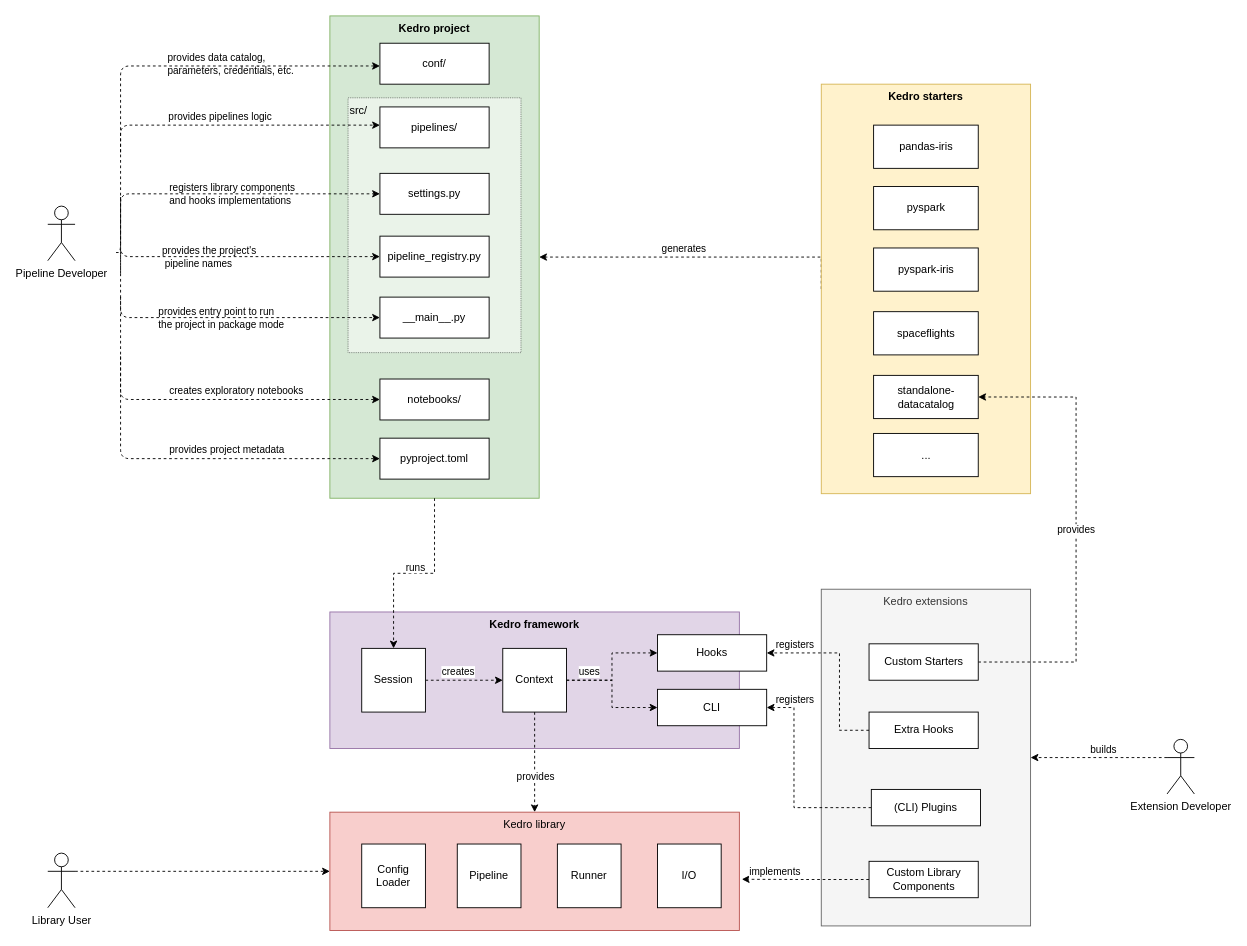
Before: docs/source/meta/images/KedroArchitecture.drawio in kedro-org/kedro, a draw.io diagram. Source tidied: cells renumbered, new cells numbered last; positions are measured from the earlier drawing's top-left corner, leaving out a move shared by most shapes. Both pictures are drawn from the tidied source at 91%, with x=0, y=0 at pixel (47, 15).
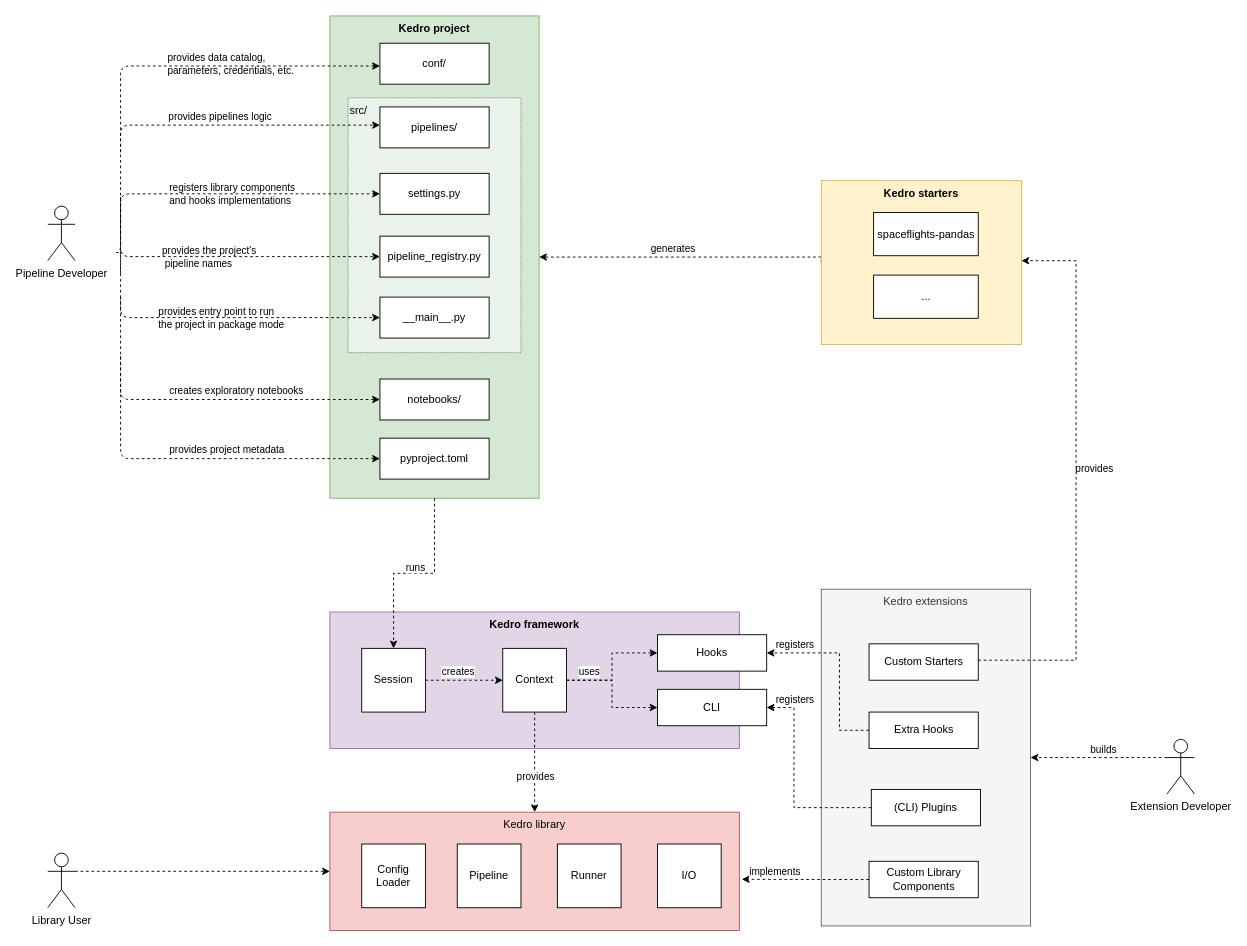
The same page after the edit.

Commit message (it also covers changes not shown here):
Remove deprecated starters from architecture diagram

The change refers to these unchanged cells:
```xml
<mxCell id="56" value="Custom Starters" style="rounded=0;whiteSpace=wrap;html=1;" parent="1" vertex="1">
  <mxGeometry x="902.5" y="690" width="120" height="40" as="geometry" />
</mxCell>
```

Change to the diagram source:
```diff
@@
     <mxCell id="11" value="&lt;b&gt;Kedro starters&lt;/b&gt;" style="rounded=0;whiteSpace=wrap;html=1;verticalAlign=top;fillColor=#fff2cc;strokeColor=#d6b656;" parent="1" vertex="1">
-      <mxGeometry x="850" y="75" width="230" height="450" as="geometry" />
+      <mxGeometry x="850" y="181" width="220" height="180" as="geometry" />
     </mxCell>
-    <mxCell id="12" value="pandas-iris" style="rounded=0;whiteSpace=wrap;html=1;" parent="1" vertex="1">
-      <mxGeometry x="907.5" y="120" width="115" height="47.5" as="geometry" />
-    </mxCell>
@@
-    <mxCell id="39" value="pyspark" style="rounded=0;whiteSpace=wrap;html=1;" parent="1" vertex="1">
-      <mxGeometry x="907.5" y="187.5" width="115" height="47.5" as="geometry" />
-    </mxCell>
-    <mxCell id="40" value="pyspark-iris" style="rounded=0;whiteSpace=wrap;html=1;" parent="1" vertex="1">
-      <mxGeometry x="907.5" y="255" width="115" height="47.5" as="geometry" />
-    </mxCell>
-    <mxCell id="41" value="spaceflights" style="rounded=0;whiteSpace=wrap;html=1;" parent="1" vertex="1">
-      <mxGeometry x="907.5" y="325" width="115" height="47.5" as="geometry" />
+    <mxCell id="41" value="spaceflights-pandas" style="rounded=0;whiteSpace=wrap;html=1;" parent="1" vertex="1">
+      <mxGeometry x="907.5" y="216" width="115" height="47.5" as="geometry" />
     </mxCell>
@@
-    <mxCell id="44" value="standalone-datacatalog" style="rounded=0;whiteSpace=wrap;html=1;" parent="1" vertex="1">
-      <mxGeometry x="907.5" y="395" width="115" height="47.5" as="geometry" />
-    </mxCell>
@@
-    <mxCell id="55" value="provides" style="edgeStyle=orthogonalEdgeStyle;rounded=0;jettySize=auto;html=1;exitX=1;exitY=0.5;exitDx=0;exitDy=0;entryX=1;entryY=0.5;entryDx=0;entryDy=0;dashed=1;" parent="1" edge="1" source="56" target="44">
-      <mxGeometry relative="1" as="geometry">
+    <mxCell id="55" value="provides" style="edgeStyle=orthogonalEdgeStyle;rounded=0;orthogonalLoop=1;jettySize=auto;html=1;exitX=1;exitY=0.5;exitDx=0;exitDy=0;dashed=1;" parent="1" edge="1">
+      <mxGeometry x="0.05" y="-20" relative="1" as="geometry">
+        <mxPoint x="1022.5" y="708" as="sourcePoint" />
+        <mxPoint x="1070" y="269" as="targetPoint" />
         <Array as="points">
-          <mxPoint x="1130" y="710" />
-          <mxPoint x="1130" y="419" />
+          <mxPoint x="1130" y="708" />
+          <mxPoint x="1130" y="269" />
         </Array>
       </mxGeometry>
     </mxCell>
@@
     <mxCell id="64" value="..." style="rounded=0;whiteSpace=wrap;html=1;" parent="1" vertex="1">
-      <mxGeometry x="907.5" y="458.8" width="115" height="47.5" as="geometry" />
+      <mxGeometry x="907.5" y="284.8" width="115" height="47.5" as="geometry" />
     </mxCell>
```
